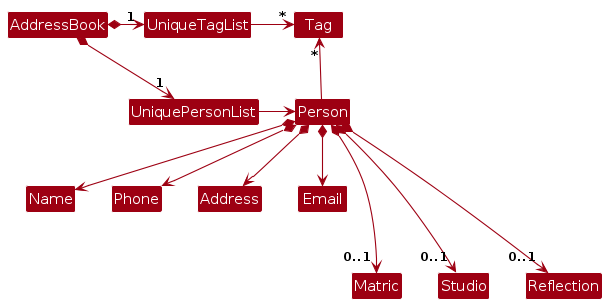
Before: diagrams/BetterModelClassDiagram.png, a diagram exported from PlantUML (AY2324S2-CS2103T-T10-1/tp). Its source is kept beside it as diagrams/BetterModelClassDiagram.puml.
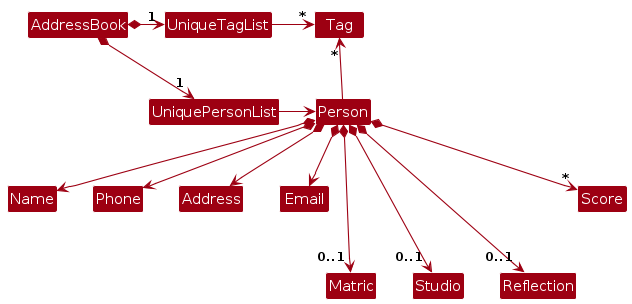
The same diagram one commit later.

What changed in the source:
```diff
@@ -22,6 +22,7 @@
 Person *--> "0..1" Matric
 Person *--> "0..1" Studio
 Person *--> "0..1" Reflection
+Person *--> "*" Score
 
 Name -[hidden]right-> Phone
 Phone -[hidden]right-> Address
```
